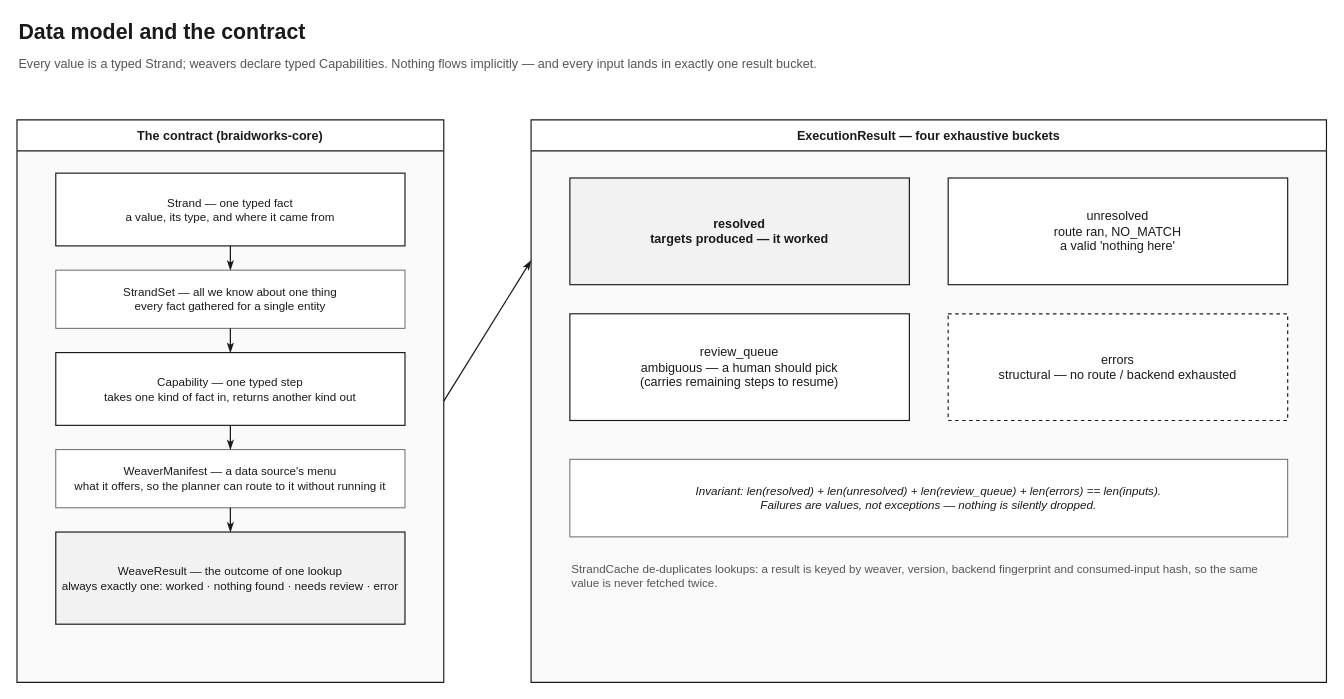
The draw.io diagram page "Data model and contract" (3 of 6) of docs/diagrams/braidworks_portfolio_diagrams.drawio in rafaelmdc/braidworks, before the edit. Source tidied: cells renumbered, new cells numbered last; positions are measured from the earlier drawing's top-left corner, leaving out a move shared by most shapes. Both pictures are drawn from the tidied source at 97%, with x=0, y=0 at pixel (16, 16).
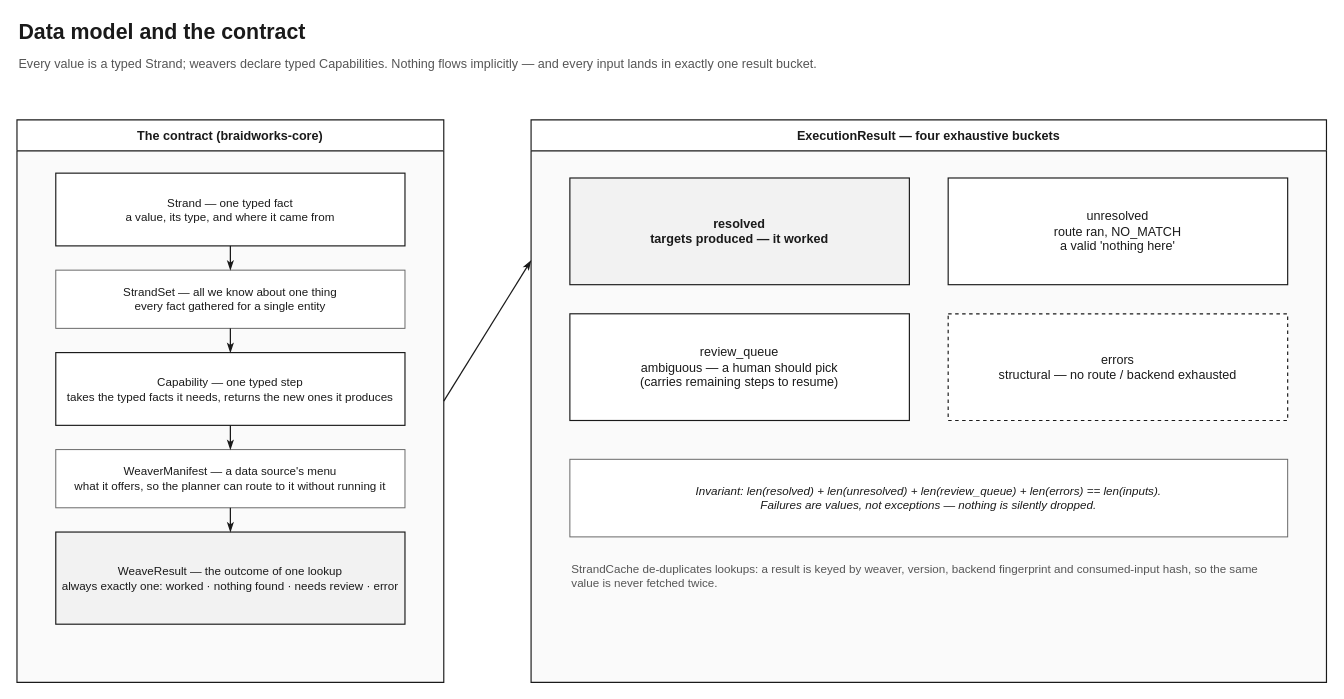
The same page after the edit.

Commit message (it also covers changes not shown here):
docs(diagrams): Capability card is many-in/many-out, not one-in-one-out

A capability consumes a set of typed inputs and produces a set of typed
outputs (it works on a grouped StrandSet), so 'one kind of fact in,
another out' was wrong — say 'takes the typed facts it needs, returns the
new ones it produces'.

Unchanged cells that the change refers to:
```xml
<mxCell id="4" value="The contract (braidworks-core)" style="swimlane;whiteSpace=wrap;html=1;startSize=32;rounded=0;fillColor=#FFFFFF;strokeColor=#1A1A1A;fontColor=#1A1A1A;fontSize=13;fontStyle=1;fontFamily=Helvetica;strokeWidth=1.2;swimlaneFillColor=#FAFAFA;" parent="1" vertex="1">
  <mxGeometry y="106" width="440" height="580" as="geometry" />
</mxCell>
```

The edit, as a diff of the source:
```diff
@@
-    <mxCell id="7" value="Capability — one typed step&#10;takes one kind of fact in, returns another kind out" style="rounded=0;whiteSpace=wrap;html=1;fillColor=#FFFFFF;strokeColor=#1A1A1A;fontColor=#1A1A1A;fontSize=12;fontFamily=Helvetica;strokeWidth=1.2;" parent="4" vertex="1">
+    <mxCell id="7" value="Capability — one typed step&#10;takes the typed facts it needs, returns the new ones it produces" style="rounded=0;whiteSpace=wrap;html=1;fillColor=#FFFFFF;strokeColor=#1A1A1A;fontColor=#1A1A1A;fontSize=12;fontFamily=Helvetica;strokeWidth=1.2;" parent="4" vertex="1">
       <mxGeometry x="40" y="240" width="360" height="75" as="geometry" />
     </mxCell>
```
